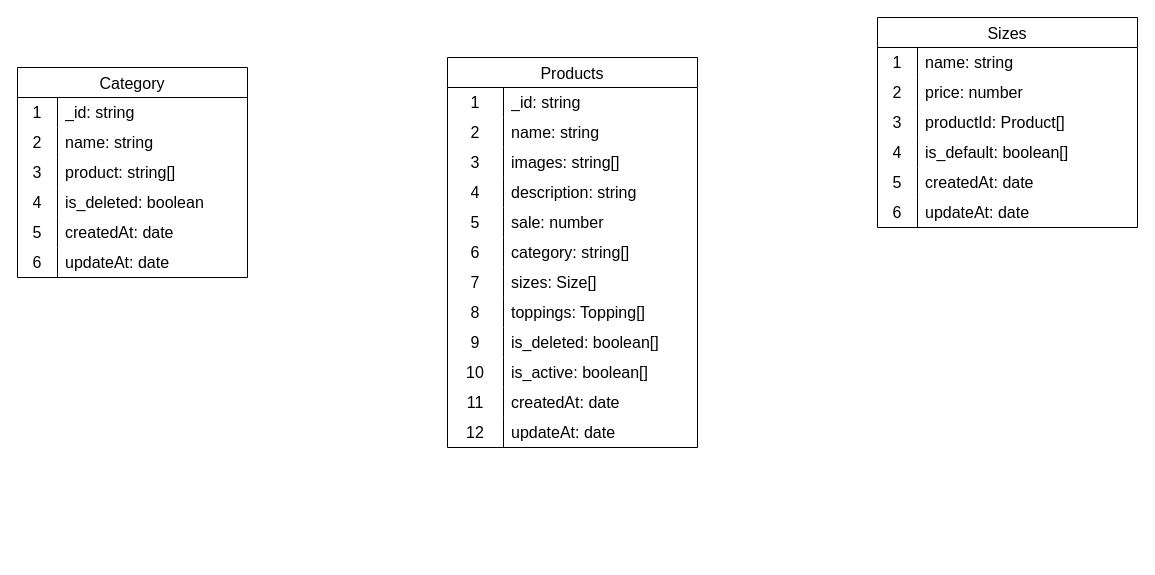
Earlier version of the draw.io diagram da.drawio (dangtienhung/datn-admin-quan-ly-cua-hang). Source tidied: cells renumbered, new cells numbered last; positions are measured from the earlier drawing's top-left corner, leaving out a move shared by most shapes. Both pictures are drawn from the tidied source at 100%, with x=0, y=0 at pixel (17, 17).
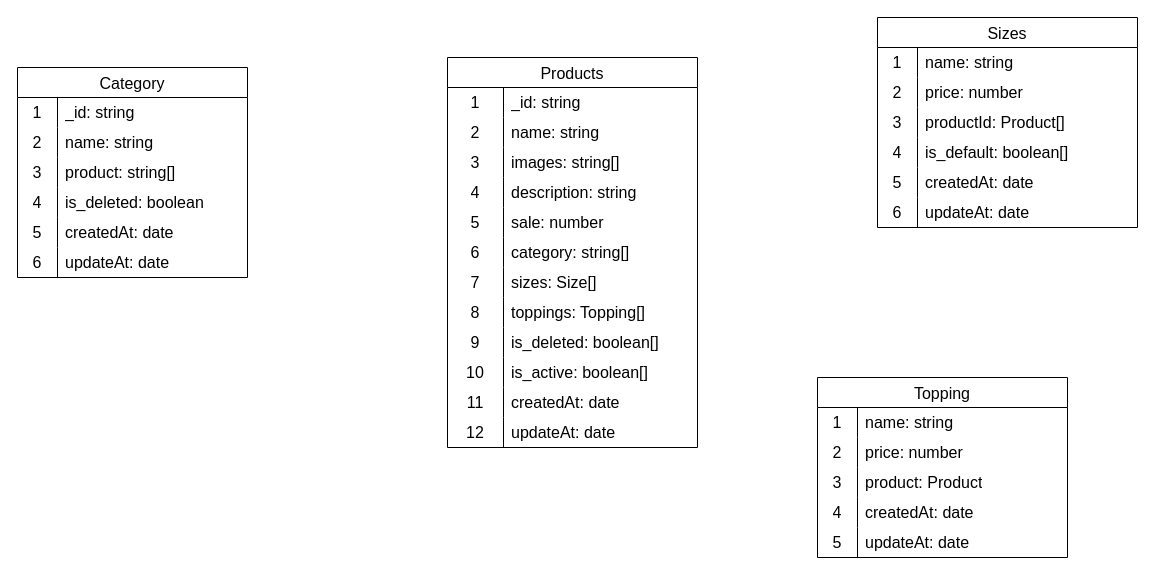
Above is the later version.

Commit message (it also covers changes not shown here):
Cập nhật da.drawio

Diff of the diagram source:
```diff
@@
+    <mxCell id="77" value="Topping" style="shape=table;startSize=30;childLayout=tableLayout;rowLines=0;fontStyle=0;strokeColor=default;fontSize=16;" parent="1" vertex="1">
+      <mxGeometry x="800" y="360" width="250" height="180" as="geometry" />
+    </mxCell>
+    <mxCell id="78" style="shape=tableRow;horizontal=0;startSize=0;swimlaneHead=0;swimlaneBody=0;top=0;left=0;bottom=0;right=0;fillColor=none;strokeColor=inherit;fontSize=16;" parent="77" vertex="1">
+      <mxGeometry y="30" width="250" height="30" as="geometry" />
+    </mxCell>
+    <mxCell id="79" value="1" style="shape=partialRectangle;html=1;whiteSpace=wrap;fillColor=none;top=0;left=0;bottom=0;right=0;overflow=hidden;strokeColor=inherit;fontSize=16;" parent="78" vertex="1">
+      <mxGeometry width="40" height="30" as="geometry" />
+    </mxCell>
+    <mxCell id="80" value="name: string" style="shape=partialRectangle;html=1;whiteSpace=wrap;fillColor=none;top=0;left=0;bottom=0;right=0;align=left;spacingLeft=6;overflow=hidden;strokeColor=inherit;fontSize=16;" parent="78" vertex="1">
+      <mxGeometry x="40" width="210" height="30" as="geometry" />
+    </mxCell>
+    <mxCell id="81" style="shape=tableRow;horizontal=0;startSize=0;swimlaneHead=0;swimlaneBody=0;top=0;left=0;bottom=0;right=0;fillColor=none;strokeColor=inherit;fontSize=16;" parent="77" vertex="1">
+      <mxGeometry y="60" width="250" height="30" as="geometry" />
+    </mxCell>
+    <mxCell id="82" value="2" style="shape=partialRectangle;html=1;whiteSpace=wrap;fillColor=none;top=0;left=0;bottom=0;right=0;overflow=hidden;strokeColor=inherit;fontSize=16;" parent="81" vertex="1">
+      <mxGeometry width="40" height="30" as="geometry" />
+    </mxCell>
+    <mxCell id="83" value="price: number" style="shape=partialRectangle;html=1;whiteSpace=wrap;fillColor=none;top=0;left=0;bottom=0;right=0;align=left;spacingLeft=6;overflow=hidden;strokeColor=inherit;fontSize=16;" parent="81" vertex="1">
+      <mxGeometry x="40" width="210" height="30" as="geometry" />
+    </mxCell>
+    <mxCell id="84" style="shape=tableRow;horizontal=0;startSize=0;swimlaneHead=0;swimlaneBody=0;top=0;left=0;bottom=0;right=0;fillColor=none;strokeColor=inherit;fontSize=16;" parent="77" vertex="1">
+      <mxGeometry y="90" width="250" height="30" as="geometry" />
+    </mxCell>
+    <mxCell id="85" value="3" style="shape=partialRectangle;html=1;whiteSpace=wrap;fillColor=none;top=0;left=0;bottom=0;right=0;overflow=hidden;strokeColor=inherit;fontSize=16;" parent="84" vertex="1">
+      <mxGeometry width="40" height="30" as="geometry" />
+    </mxCell>
+    <mxCell id="86" value="product: Product" style="shape=partialRectangle;html=1;whiteSpace=wrap;fillColor=none;top=0;left=0;bottom=0;right=0;align=left;spacingLeft=6;overflow=hidden;strokeColor=inherit;fontSize=16;" parent="84" vertex="1">
+      <mxGeometry x="40" width="210" height="30" as="geometry" />
+    </mxCell>
+    <mxCell id="87" style="shape=tableRow;horizontal=0;startSize=0;swimlaneHead=0;swimlaneBody=0;top=0;left=0;bottom=0;right=0;fillColor=none;strokeColor=inherit;fontSize=16;" parent="77" vertex="1">
+      <mxGeometry y="120" width="250" height="30" as="geometry" />
+    </mxCell>
+    <mxCell id="88" value="4" style="shape=partialRectangle;html=1;whiteSpace=wrap;fillColor=none;top=0;left=0;bottom=0;right=0;overflow=hidden;strokeColor=inherit;fontSize=16;" parent="87" vertex="1">
+      <mxGeometry width="40" height="30" as="geometry" />
+    </mxCell>
+    <mxCell id="89" value="createdAt: date" style="shape=partialRectangle;html=1;whiteSpace=wrap;fillColor=none;top=0;left=0;bottom=0;right=0;align=left;spacingLeft=6;overflow=hidden;strokeColor=inherit;fontSize=16;" parent="87" vertex="1">
+      <mxGeometry x="40" width="210" height="30" as="geometry" />
+    </mxCell>
+    <mxCell id="90" style="shape=tableRow;horizontal=0;startSize=0;swimlaneHead=0;swimlaneBody=0;top=0;left=0;bottom=0;right=0;fillColor=none;strokeColor=inherit;fontSize=16;" parent="77" vertex="1">
+      <mxGeometry y="150" width="250" height="30" as="geometry" />
+    </mxCell>
+    <mxCell id="91" value="5" style="shape=partialRectangle;html=1;whiteSpace=wrap;fillColor=none;top=0;left=0;bottom=0;right=0;overflow=hidden;strokeColor=inherit;fontSize=16;" parent="90" vertex="1">
+      <mxGeometry width="40" height="30" as="geometry" />
+    </mxCell>
+    <mxCell id="92" value="updateAt: date" style="shape=partialRectangle;html=1;whiteSpace=wrap;fillColor=none;top=0;left=0;bottom=0;right=0;align=left;spacingLeft=6;overflow=hidden;strokeColor=inherit;fontSize=16;" parent="90" vertex="1">
+      <mxGeometry x="40" width="210" height="30" as="geometry" />
+    </mxCell>
```
